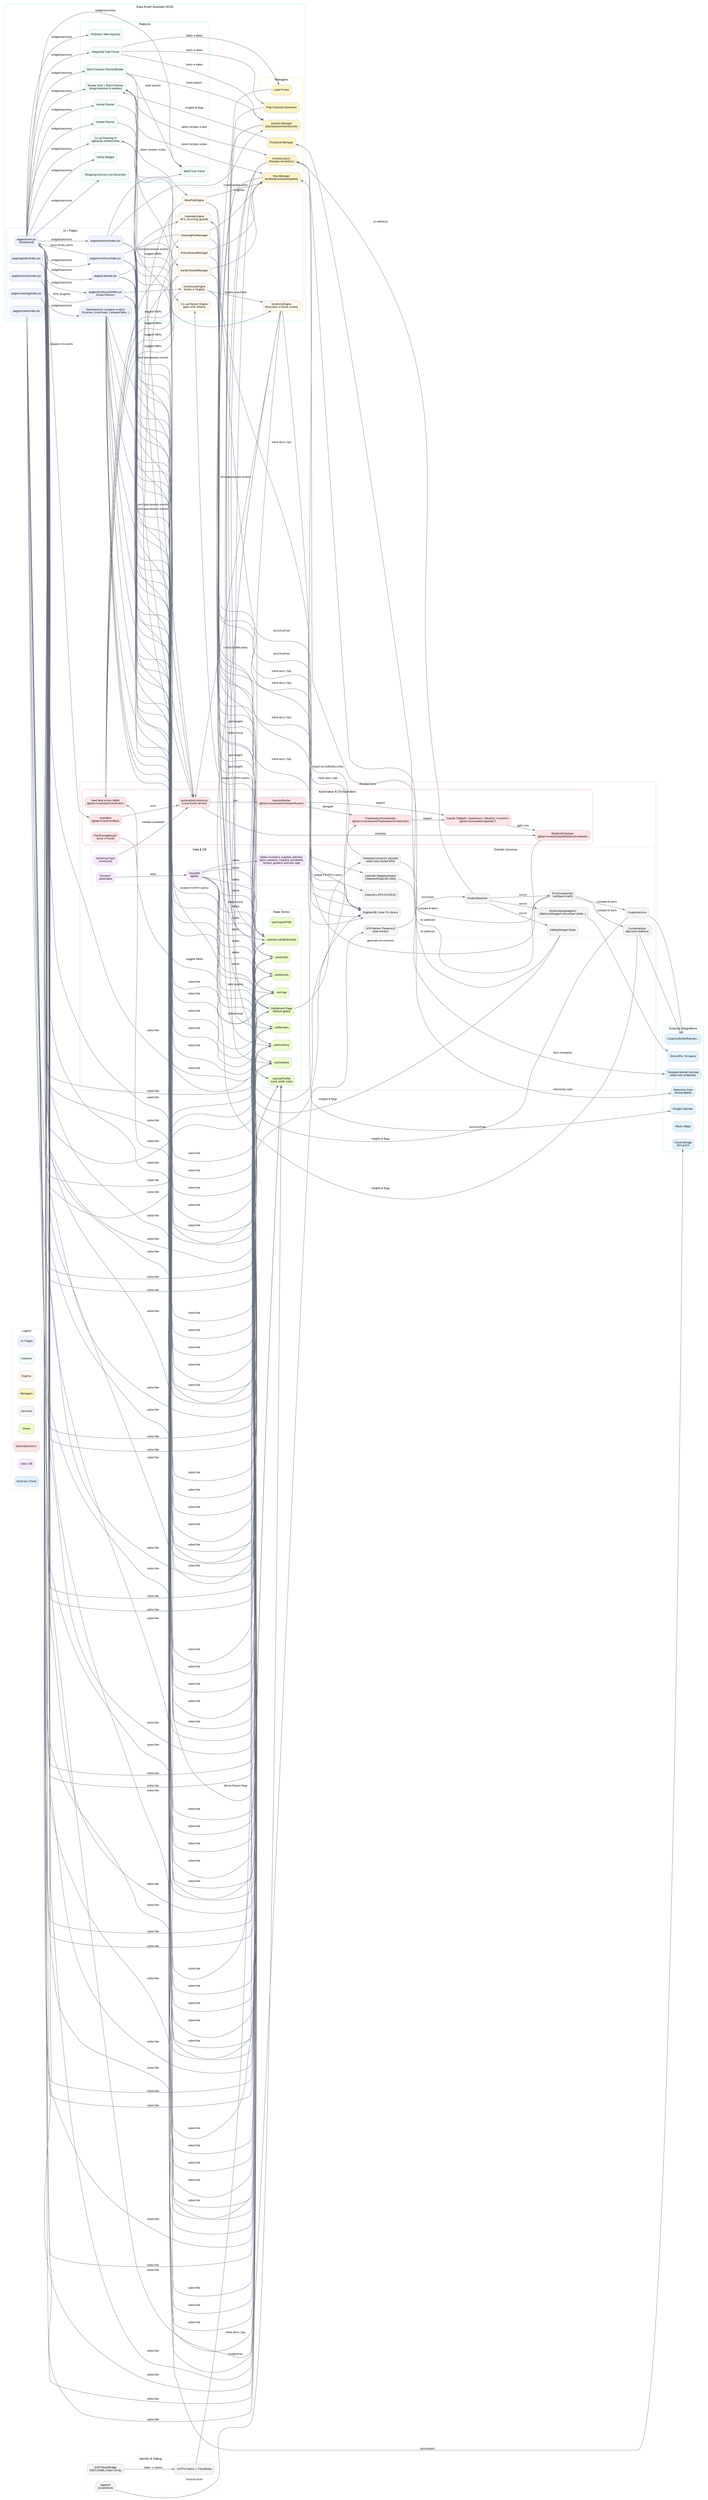
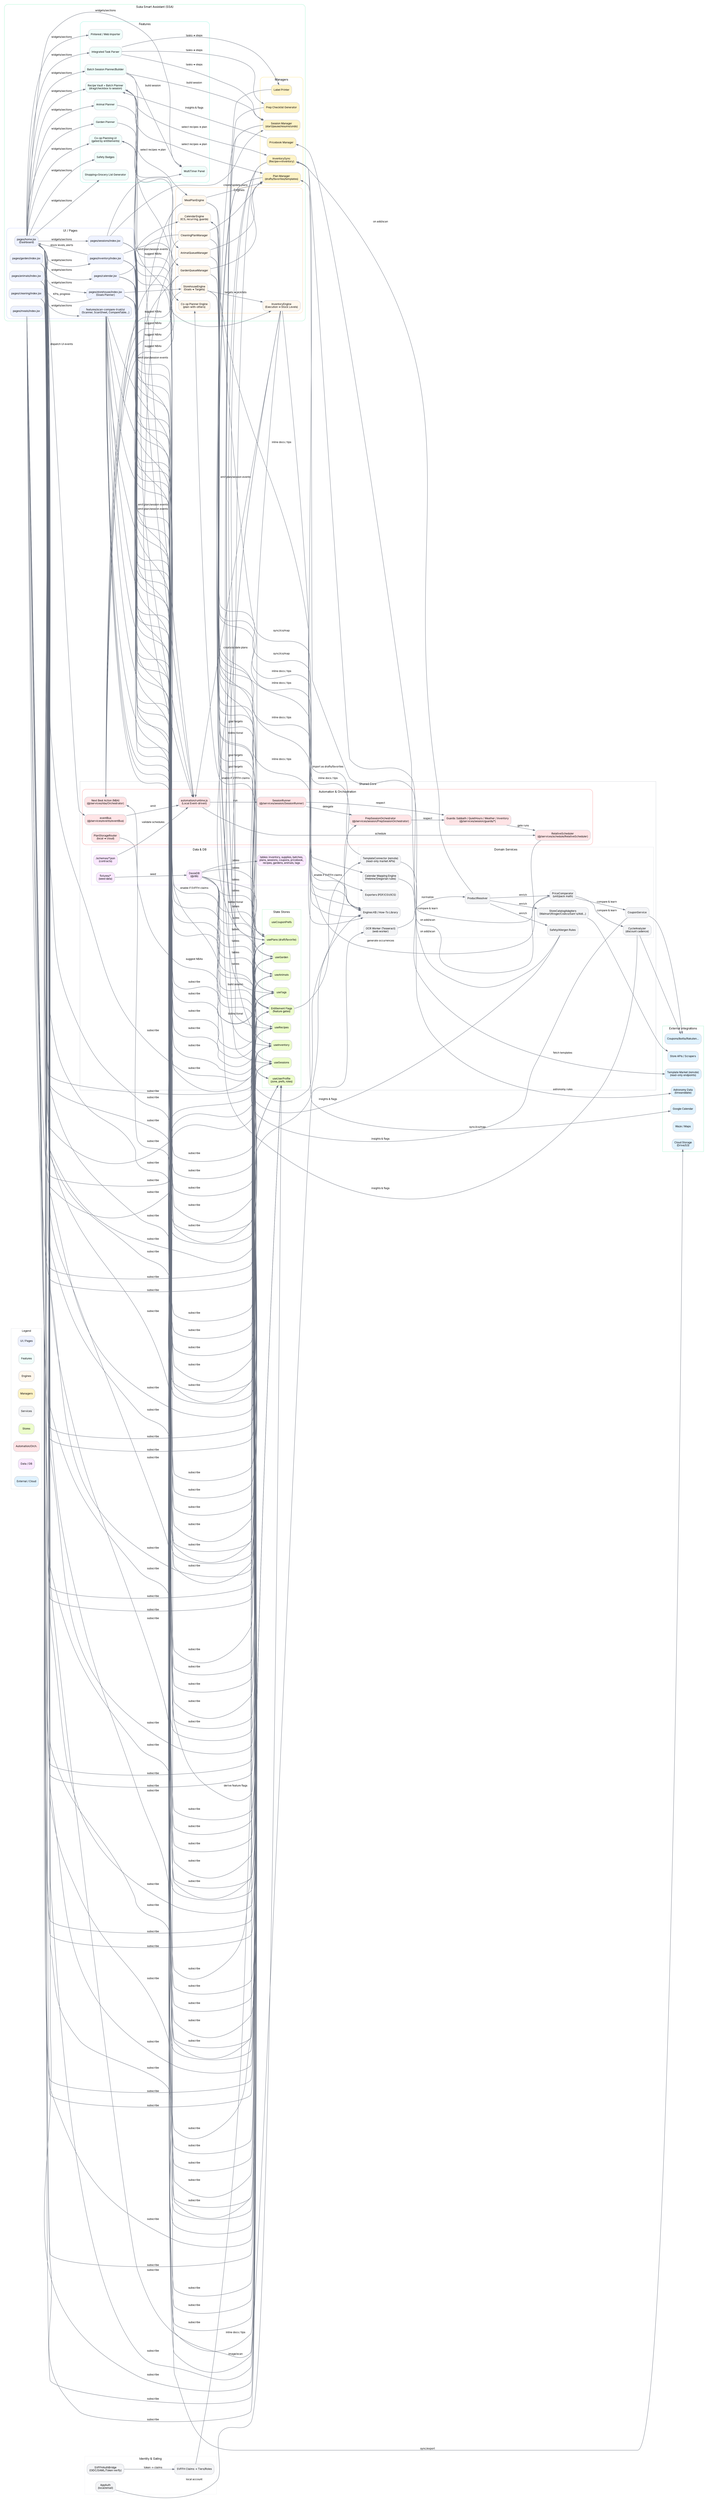
digraph SukaSystem {
  graph [fontname="Inter", fontsize=10, rankdir=LR, splines=true, overlap=false, pad="0.1", nodesep="0.35", ranksep="0.6"];
  node  [fontname="Inter", fontsize=9, shape=box, style="rounded,filled", fillcolor="#ffffff", color="#C7C9D1"];
  edge  [fontname="Inter", fontsize=9, color="#6B7280", arrowsize=0.7];

  /* ------------------------------ Legend ------------------------------ */
  subgraph cluster_legend {
    label="Legend"; fontsize=9; color="#E5E7EB";
    l1 [label="UI / Pages",        fillcolor="#EEF2FF"];
    l2 [label="Features",          fillcolor="#F0FDFA"];
    l3 [label="Engines",           fillcolor="#FFF7ED"];
    l4 [label="Managers",          fillcolor="#FEF3C7"];
    l5 [label="Services",          fillcolor="#F3F4F6"];
    l6 [label="Stores",            fillcolor="#ECFCCB"];
    l7 [label="Automation/Orch.",  fillcolor="#FFE4E6"];
    l8 [label="Data / DB",         fillcolor="#FAE8FF"];
    l9 [label="External / Cloud",  fillcolor="#E0F2FE"];
  }

  /* ------------------------------ Shared Core ------------------------------ */
  subgraph cluster_shared {
    label="Shared Core"; color="#D1D5DB";

    subgraph cluster_orch {
      label="Automation & Orchestration"; color="#FCA5A5"; style="rounded";
-       EventBus               [label="eventBus\n(@/services/eventBus)", fillcolor="#FFE4E6"];
+       EventBus               [label="eventBus\n(@/services/events/eventBus)", fillcolor="#FFE4E6"];
      AutomationRuntime      [label="automation/runtime.js\n(Local Event-driven)", fillcolor="#FFE4E6"];
      RelativeScheduler      [label="RelativeScheduler\n(@/services/schedule/RelativeScheduler)", fillcolor="#FFE4E6"];
      SessionRunner          [label="SessionRunner\n(@/services/session/SessionRunner)", fillcolor="#FFE4E6"];
      PrepSessionOrchestrator[label="PrepSessionOrchestrator\n(@/services/session/PrepSessionOrchestrator)", fillcolor="#FFE4E6"];
      Guards                 [label="Guards: Sabbath / QuietHours / Weather / Inventory\n(@/services/session/guards/*)", fillcolor="#FFE4E6"];
      NBAOrchestrator        [label="Next Best Action (NBA)\n(@/services/nba/Orchestrator)", fillcolor="#FFE4E6"];
      PlanStorageRouter      [label="PlanStorageRouter\n(local ➜ cloud)", fillcolor="#FFE4E6"];
    }

    subgraph cluster_db {
      label="Data & DB"; color="#E9D5FF";
      DexieDB         [label="DexieDB\n(@/db)", fillcolor="#FAE8FF"];
      TablesInventory [label="tables: inventory, supplies, batches,\nplans, sessions, coupons, pricebook,\nrecipes, gardens, animals, tags", fillcolor="#FAE8FF"];
      FilesSchemas    [label="/schemas/*.json\n(contracts)", fillcolor="#FAE8FF"];
      FilesFixtures   [label="fixtures/*\n(seed data)", fillcolor="#FAE8FF"];
    }

    subgraph cluster_services {
      label="Domain Services"; color="#E5E7EB";
      ProductResolver        [label="ProductResolver", fillcolor="#F3F4F6"];
      CouponService          [label="CouponService", fillcolor="#F3F4F6"];
      StoreCatalogAdapters   [label="StoreCatalogAdapters\n(Walmart/Kroger/Costco/Sam's/Aldi…)", fillcolor="#F3F4F6"];
      CycleAnalyzer          [label="CycleAnalyzer\n(discount cadence)", fillcolor="#F3F4F6"];
      PriceComparator        [label="PriceComparator\n(unit/pack math)", fillcolor="#F3F4F6"];
      OCRWorker              [label="OCR Worker (Tesseract)\n(web worker)", fillcolor="#F3F4F6"];
      SafetyRules            [label="Safety/Allergen Rules", fillcolor="#F3F4F6"];
      CalendarMapper         [label="Calendar Mapping Engine\n(Hebrew/Gregorian rules)", fillcolor="#F3F4F6"];
      Exporters              [label="Exporters (PDF/CSV/ICS)", fillcolor="#F3F4F6"];
      KnowledgeBase          [label="Engines KB / How-To Library", fillcolor="#F3F4F6"];
      TemplateConnector      [label="TemplateConnector (remote)\n(read-only market APIs)", fillcolor="#F3F4F6"];
    }

    subgraph cluster_stores {
      label="State Stores"; color="#BBF7D0";
      UseCouponPrefs   [label="useCouponPrefs", fillcolor="#ECFCCB"];
      UseInventory     [label="useInventory", fillcolor="#ECFCCB"];
      UseRecipes       [label="useRecipes", fillcolor="#ECFCCB"];
      UsePlans         [label="usePlans (draft/favorite)", fillcolor="#ECFCCB"];
      UseSessions      [label="useSessions", fillcolor="#ECFCCB"];
      UseGarden        [label="useGarden", fillcolor="#ECFCCB"];
      UseAnimals       [label="useAnimals", fillcolor="#ECFCCB"];
      UseTags          [label="useTags", fillcolor="#ECFCCB"];
      UseUserProfile   [label="useUserProfile\n(zone, prefs, roles)", fillcolor="#ECFCCB"];
      EntitlementFlags [label="Entitlement Flags\n(feature gates)", fillcolor="#ECFCCB"];
    }
  }

  /* ------------------------------ SSA (Household App) ------------------------------ */
  subgraph cluster_ssa {
    label="Suka Smart Assistant (SSA)"; color="#A7F3D0"; style="rounded";

    subgraph cluster_ssa_ui {
      label="UI / Pages"; color="#C7D2FE";
      HomePage          [label="pages/home.jsx\n(Dashboard)", fillcolor="#EEF2FF"];
      MealsPage         [label="pages/meals/index.jsx", fillcolor="#EEF2FF"];
      CleaningPage      [label="pages/cleaning/index.jsx", fillcolor="#EEF2FF"];
      GardenPage        [label="pages/garden/index.jsx", fillcolor="#EEF2FF"];
      AnimalsPage       [label="pages/animals/index.jsx", fillcolor="#EEF2FF"];
      InventoryPage     [label="pages/inventory/index.jsx", fillcolor="#EEF2FF"];
      StorehousePage    [label="pages/storehouse/index.jsx\n(Goals Planner)", fillcolor="#EEF2FF"];
      SessionsPage      [label="pages/sessions/index.jsx", fillcolor="#EEF2FF"];
      CalendarPage      [label="pages/calendar.jsx", fillcolor="#EEF2FF"];
      ScanTrustPage     [label="features/scan-compare-trust/ui\n(Scanner, ScanSheet, CompareTable…)", fillcolor="#EEF2FF"];
    }

    subgraph cluster_ssa_features {
      label="Features"; color="#99F6E4";
      RecipeVault       [label="Recipe Vault + Batch Planner\n(drag/checkbox to session)", fillcolor="#F0FDFA"];
      BatchSessionTray  [label="Batch Session Planner/Builder", fillcolor="#F0FDFA"];
      MultiTimerPanel   [label="MultiTimer Panel", fillcolor="#F0FDFA"];
      IntegratedTaskParser [label="Integrated Task Parser", fillcolor="#F0FDFA"];
      GardenPlanner     [label="Garden Planner", fillcolor="#F0FDFA"];
      AnimalPlanner     [label="Animal Planner", fillcolor="#F0FDFA"];
      PinterestImporter [label="Pinterest / Web Importer", fillcolor="#F0FDFA"];
      GroceryListGen    [label="Shopping+Grocery List Generator", fillcolor="#F0FDFA"];
      SafetyBadges      [label="Safety Badges", fillcolor="#F0FDFA"];
      CoOpPlanningUI    [label="Co-op Planning UI\n(gated by entitlements)", fillcolor="#F0FDFA"];
    }

    subgraph cluster_ssa_engines {
      label="Engines"; color="#FED7AA";
      MealPlanEngine      [label="MealPlanEngine", fillcolor="#FFF7ED"];
      CleaningPlanManager [label="CleaningPlanManager", fillcolor="#FFF7ED"];
      GardenQueueManager  [label="GardenQueueManager", fillcolor="#FFF7ED"];
      AnimalQueueManager  [label="AnimalQueueManager", fillcolor="#FFF7ED"];
      StorehouseEngine    [label="StorehouseEngine\n(Goals ➜ Targets)", fillcolor="#FFF7ED"];
      InventoryEngine     [label="InventoryEngine\n(Execution ➜ Stock Levels)", fillcolor="#FFF7ED"];
      CoopPlannerEngine   [label="Co-op Planner Engine\n(plan-with-others)", fillcolor="#FFF7ED"];
      CalendarEngine      [label="CalendarEngine\n(ICS, recurring, guards)", fillcolor="#FFF7ED"];
    }

    subgraph cluster_ssa_mgrs {
      label="Managers"; color="#FDE68A";
      PlanManager       [label="Plan Manager\n(drafts/favorites/templates)", fillcolor="#FEF3C7"];
      SessionManager    [label="Session Manager\n(start/pause/resume/undo)", fillcolor="#FEF3C7"];
      InventorySync     [label="InventorySync\n(Recipe↔Inventory)", fillcolor="#FEF3C7"];
      PrepChecklist     [label="Prep Checklist Generator", fillcolor="#FEF3C7"];
      LabelPrinter      [label="Label Printer", fillcolor="#FEF3C7"];
      PricebookManager  [label="Pricebook Manager", fillcolor="#FEF3C7"];
    }
  }

  /* ------------------------------ External / Cloud ------------------------------ */
  subgraph cluster_external {
    label="External Integrations"; color="#A7F3D0";
    GoogleCalendar  [label="Google Calendar", fillcolor="#E0F2FE"];
    CloudDrive      [label="Cloud Storage\n(Drive/S3)", fillcolor="#E0F2FE"];
    PriceAPIs       [label="Store APIs / Scrapers", fillcolor="#E0F2FE"];
    CouponProviders [label="Coupons/Ibotta/Rakuten…", fillcolor="#E0F2FE"];
    TimeAndDateAPI  [label="Astronomy Data\n(timeanddate)", fillcolor="#E0F2FE"];
    MapWaze         [label="Waze / Maps", fillcolor="#E0F2FE"];
    TemplateMarket  [label="Template Market (remote)\n(read-only endpoints)", fillcolor="#E0F2FE"];
  }

  /* ------------------------------ Identity / Entitlements ------------------------------ */
  subgraph cluster_identity {
    label="Identity & Gating"; color="#F3F4F6";
    AppAuth          [label="AppAuth\n(local/email)", fillcolor="#F3F4F6"];
    SVFFHAuthBridge  [label="SVFFHAuthBridge\n(OIDC/SAML/Token verify)", fillcolor="#F3F4F6"];
    SVFFHClaims      [label="SVFFH Claims → Tiers/Roles", fillcolor="#F3F4F6"];
  }

  /* ============================== Edges: Core Flow ============================== */

  /* Events & Automation backbone */
  HomePage -> EventBus [label="dispatch UI events"];
  EventBus -> AutomationRuntime [label="emit"];
  AutomationRuntime -> RelativeScheduler [label="schedule"];
  AutomationRuntime -> SessionRunner [label="run"];
  SessionRunner -> PrepSessionOrchestrator [label="delegate"];
  {MealPlanEngine CleaningPlanManager GardenQueueManager AnimalQueueManager StorehouseEngine InventoryEngine} -> NBAOrchestrator [label="suggest NBAs"];
  PlanStorageRouter -> CloudDrive [label="sync/export"];

  /* DB relations */
  DexieDB -> {TablesInventory UseInventory UseRecipes UsePlans UseSessions UseGarden UseAnimals UseTags UseUserProfile EntitlementFlags} [label="tables"];
  FilesSchemas -> AutomationRuntime [label="validate schedules"];
  FilesFixtures -> DexieDB [label="seed"];

  /* Features wiring (SSA) */
  HomePage -> {RecipeVault BatchSessionTray GardenPlanner AnimalPlanner PinterestImporter GroceryListGen MultiTimerPanel IntegratedTaskParser SafetyBadges ScanTrustPage StorehousePage InventoryPage SessionsPage CalendarPage CoOpPlanningUI} [label="widgets/sections"];
  RecipeVault -> {MealPlanEngine InventorySync PlanManager} [label="select recipes ➜ plan"];
  BatchSessionTray -> {SessionManager PrepSessionOrchestrator MultiTimerPanel} [label="build session"];
  IntegratedTaskParser -> {SessionManager PrepChecklist LabelPrinter} [label="tasks ➜ steps"];
  GardenPlanner -> GardenQueueManager;
  AnimalPlanner -> AnimalQueueManager;
  StorehousePage -> StorehouseEngine;
  InventoryPage -> InventoryEngine;
  SessionsPage -> {SessionManager MultiTimerPanel};
  CalendarPage -> CalendarEngine;

  /* Engines ⇄ Managers ⇄ Stores */
  MealPlanEngine -> {PlanManager UsePlans} [label="create/update plans"];
  CleaningPlanManager -> {PlanManager UsePlans};
  GardenQueueManager -> {PlanManager UsePlans UseGarden};
  AnimalQueueManager -> {PlanManager UsePlans UseAnimals};
  StorehouseEngine -> {UseUserProfile UseTags UsePlans} [label="goal targets"];
  InventoryEngine -> {UseInventory UsePlans};
  PlanManager -> {UsePlans UseTags};
  SessionManager -> {UseSessions UsePlans};
  InventorySync -> {UseInventory UseRecipes UsePlans} [label="bidirectional"];
  PrepChecklist -> UsePlans;
  LabelPrinter -> UsePlans;

  /* Engines ⇄ Automation */
  {MealPlanEngine CleaningPlanManager GardenQueueManager AnimalQueueManager InventoryEngine} -> AutomationRuntime [label="emit plan/session events"];
  RelativeScheduler -> CalendarEngine [label="generate occurrences"];
  CalendarEngine -> {GoogleCalendar Exporters CalendarMapper} [label="sync/ics/map"];

  /* Scan • Compare • Trust pipeline */
  ScanTrustPage -> OCRWorker [label="image/scan"];
  OCRWorker -> ProductResolver [label="normalize"];
  ProductResolver -> {PriceComparator StoreCatalogAdapters SafetyRules} [label="enrich"];
  StoreCatalogAdapters -> PriceAPIs;
  {CouponService CycleAnalyzer} -> CouponProviders;
  PriceComparator -> {CouponService CycleAnalyzer PricebookManager} [label="compare & learn"];
  {PricebookManager CouponService CycleAnalyzer SafetyRules} -> RecipeVault [label="insights & flags"];
  {ProductResolver PriceComparator SafetyRules} -> InventorySync [label="on add/scan"];

  /* Co-op planning (gated) */
  CoOpPlanningUI -> CoopPlannerEngine;
  EntitlementFlags -> {CoOpPlanningUI CoopPlannerEngine TemplateConnector} [label="enable if SVFFH claims"];

  /* Template market (read-only, gated) */
  TemplateConnector -> TemplateMarket [label="fetch templates"];
  TemplateConnector -> PlanManager [label="import as drafts/favorites"];

  /* Knowledge base usage */
  {MealPlanEngine CleaningPlanManager GardenQueueManager AnimalQueueManager StorehouseEngine InventoryEngine ScanTrustPage} -> KnowledgeBase [label="inline docs / tips"];

  /* Calendar & Guards */
  {SessionRunner PrepSessionOrchestrator} -> Guards [label="respect"];
  Guards -> RelativeScheduler [label="gate runs"];
  CalendarMapper -> TimeAndDateAPI [label="astronomy rules"];

  /* Storehouse vs Inventory clarity */
  StorehouseEngine -> InventoryEngine [label="targets ➜ picklists"];
  StorehousePage -> HomePage [label="KPIs, progress"];
  InventoryPage  -> HomePage [label="stock levels, alerts"];

  /* Identity & entitlements */
  AppAuth -> UseUserProfile [label="local account"];
  SVFFHAuthBridge -> SVFFHClaims [label="token → claims"];
  SVFFHClaims -> EntitlementFlags [label="derive feature flags"];

  /* Pages consume Stores directly for reactive UI */
  {HomePage MealsPage CleaningPage GardenPage AnimalsPage InventoryPage StorehousePage SessionsPage CalendarPage ScanTrustPage} -> {UseUserProfile UsePlans UseSessions UseInventory UseGarden UseAnimals UseTags UseRecipes EntitlementFlags} [label="subscribe"];
}
